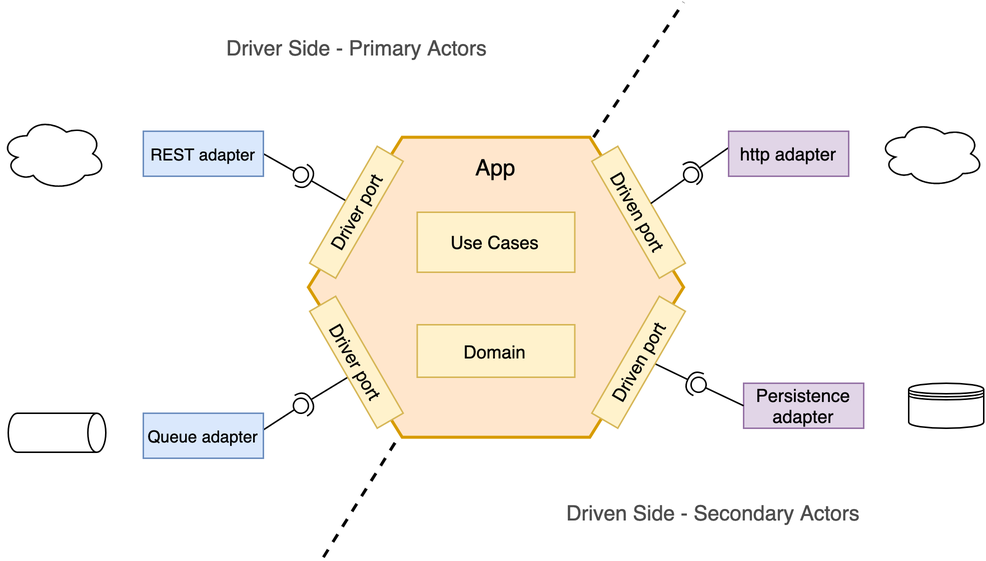
Earlier version of the draw.io export misc/hexagonal.png (albertllousas/implementing-hexagonal-architecture). Source tidied: cells renumbered, new cells last; positions are measured from the earlier drawing's top-left corner, leaving out a move shared by most shapes. The source it was exported from:
```xml
<mxGraphModel>
  <root>
    <mxCell id="0" />
    <mxCell id="1" parent="0" />
    <mxCell id="2" style="shape=hexagon;perimeter=hexagonPerimeter2;whiteSpace=wrap;html=1;strokeWidth=2;fillColor=#ffe6cc;strokeColor=#d79b00;" parent="1" vertex="1">
      <mxGeometry x="205" y="90" width="250" height="200" as="geometry" />
    </mxCell>
    <mxCell id="3" style="rounded=0;jettySize=auto;html=1;endArrow=none;endFill=0;exitX=1;exitY=0.5;exitDx=0;exitDy=0;" parent="1" edge="1" source="8" target="5">
      <mxGeometry relative="1" as="geometry" />
    </mxCell>
    <mxCell id="4" style="rounded=0;jettySize=auto;html=1;endArrow=halfCircle;endFill=0;entryX=0.5;entryY=0.5;entryDx=0;entryDy=0;endSize=6;strokeWidth=1;" parent="1" edge="1" source="2" target="5">
      <mxGeometry relative="1" as="geometry" />
    </mxCell>
    <mxCell id="5" style="ellipse;whiteSpace=wrap;html=1;fontFamily=Helvetica;fontSize=12;fontColor=#000000;align=center;strokeColor=#000000;fillColor=#ffffff;points=[];" parent="1" vertex="1">
      <mxGeometry x="195" y="110" width="10" height="10" as="geometry" />
    </mxCell>
    <mxCell id="6" style="endArrow=none;dashed=1;html=1;exitX=0.76;exitY=0;exitDx=0;exitDy=0;exitPerimeter=0;strokeWidth=2;" parent="1" edge="1" source="2">
      <mxGeometry relative="1" as="geometry">
        <mxPoint x="455" as="targetPoint" />
      </mxGeometry>
    </mxCell>
    <mxCell id="7" style="endArrow=none;dashed=1;html=1;strokeWidth=2;" parent="1" edge="1">
      <mxGeometry relative="1" as="geometry">
        <mxPoint x="215" y="370" as="sourcePoint" />
        <mxPoint x="265" y="290" as="targetPoint" />
      </mxGeometry>
    </mxCell>
    <mxCell id="8" value="&lt;font style=&quot;font-size: 11px&quot;&gt;REST adapter&lt;/font&gt;" style="rounded=0;whiteSpace=wrap;html=1;fillColor=#dae8fc;strokeColor=#6c8ebf;" parent="1" vertex="1">
      <mxGeometry x="95" y="86" width="80" height="30" as="geometry" />
    </mxCell>
    <mxCell id="9" value="Use Cases" style="rounded=0;whiteSpace=wrap;html=1;fillColor=#fff2cc;strokeColor=#d6b656;" parent="1" vertex="1">
      <mxGeometry x="277.5" y="140" width="105" height="40" as="geometry" />
    </mxCell>
    <mxCell id="10" value="Domain" style="rounded=0;whiteSpace=wrap;html=1;fillColor=#fff2cc;strokeColor=#d6b656;" parent="1" vertex="1">
      <mxGeometry x="277.5" y="215" width="105" height="35" as="geometry" />
    </mxCell>
    <mxCell id="11" value="Driver port" style="rounded=0;whiteSpace=wrap;html=1;rotation=-60;fillColor=#fff2cc;strokeColor=#d6b656;" parent="1" vertex="1">
      <mxGeometry x="192" y="130" width="90" height="20" as="geometry" />
    </mxCell>
    <mxCell id="12" value="Persistence adapter" style="rounded=0;whiteSpace=wrap;html=1;fillColor=#e1d5e7;strokeColor=#9673a6;" parent="1" vertex="1">
      <mxGeometry x="495" y="254" width="80" height="30" as="geometry" />
    </mxCell>
    <mxCell id="13" style="rounded=0;jettySize=auto;html=1;endArrow=none;endFill=0;exitX=0;exitY=0.5;exitDx=0;exitDy=0;" parent="1" edge="1" source="12" target="15">
      <mxGeometry relative="1" as="geometry" />
    </mxCell>
    <mxCell id="14" style="rounded=0;jettySize=auto;html=1;endArrow=halfCircle;endFill=0;entryX=0.5;entryY=0.5;entryDx=0;entryDy=0;endSize=6;strokeWidth=1;" parent="1" edge="1" source="2" target="15">
      <mxGeometry relative="1" as="geometry" />
    </mxCell>
    <mxCell id="15" style="ellipse;whiteSpace=wrap;html=1;fontFamily=Helvetica;fontSize=12;fontColor=#000000;align=center;strokeColor=#000000;fillColor=#ffffff;points=[];" parent="1" vertex="1">
      <mxGeometry x="460" y="250" width="10" height="10" as="geometry" />
    </mxCell>
    <mxCell id="16" value="Driven port" style="rounded=0;whiteSpace=wrap;html=1;rotation=-60;fillColor=#fff2cc;strokeColor=#d6b656;" parent="1" vertex="1">
      <mxGeometry x="380" y="230" width="90" height="20" as="geometry" />
    </mxCell>
    <mxCell id="17" value="&lt;font style=&quot;font-size: 15px&quot;&gt;App&lt;/font&gt;" style="text;html=1;strokeColor=none;fillColor=none;align=center;verticalAlign=middle;whiteSpace=wrap;rounded=0;" parent="1" vertex="1">
      <mxGeometry x="310" y="100" width="40" height="20" as="geometry" />
    </mxCell>
    <mxCell id="18" style="shape=datastore;whiteSpace=wrap;html=1;" parent="1" vertex="1">
      <mxGeometry x="605" y="254" width="50" height="30" as="geometry" />
    </mxCell>
    <mxCell id="19" style="ellipse;shape=cloud;whiteSpace=wrap;html=1;" parent="1" vertex="1">
      <mxGeometry x="585" y="79" width="70" height="44" as="geometry" />
    </mxCell>
    <mxCell id="20" style="ellipse;shape=cloud;whiteSpace=wrap;html=1;" parent="1" vertex="1">
      <mxGeometry y="77" width="70" height="48" as="geometry" />
    </mxCell>
    <mxCell id="21" value="&lt;font style=&quot;font-size: 14px&quot; color=&quot;#4d4d4d&quot;&gt;Driver Side - Primary Actors&lt;/font&gt;" style="text;html=1;strokeColor=none;fillColor=none;align=center;verticalAlign=middle;whiteSpace=wrap;rounded=0;" parent="1" vertex="1">
      <mxGeometry x="140" y="20" width="195" height="20" as="geometry" />
    </mxCell>
    <mxCell id="22" value="&lt;font style=&quot;font-size: 14px&quot; color=&quot;#4d4d4d&quot;&gt;Driven Side - Secondary Actors&lt;/font&gt;" style="text;html=1;strokeColor=none;fillColor=none;align=center;verticalAlign=middle;whiteSpace=wrap;rounded=0;" parent="1" vertex="1">
      <mxGeometry x="375" y="330" width="200" height="20" as="geometry" />
    </mxCell>
    <mxCell id="23" value="Driven port" style="rounded=0;whiteSpace=wrap;html=1;rotation=60;fillColor=#fff2cc;strokeColor=#d6b656;" parent="1" vertex="1">
      <mxGeometry x="380" y="130" width="90" height="20" as="geometry" />
    </mxCell>
    <mxCell id="24" style="rounded=0;jettySize=auto;html=1;endArrow=none;endFill=0;exitX=0.988;exitY=0.39;exitDx=0;exitDy=0;exitPerimeter=0;" parent="1" edge="1" source="27" target="26">
      <mxGeometry relative="1" as="geometry" />
    </mxCell>
    <mxCell id="25" style="rounded=0;jettySize=auto;html=1;endArrow=halfCircle;endFill=0;entryX=0.5;entryY=0.5;entryDx=0;entryDy=0;endSize=6;strokeWidth=1;" parent="1" edge="1" source="2" target="26">
      <mxGeometry relative="1" as="geometry" />
    </mxCell>
    <mxCell id="26" style="ellipse;whiteSpace=wrap;html=1;fontFamily=Helvetica;fontSize=12;fontColor=#000000;align=center;strokeColor=#000000;fillColor=#ffffff;points=[];" parent="1" vertex="1">
      <mxGeometry x="195" y="264" width="10" height="10" as="geometry" />
    </mxCell>
    <mxCell id="27" value="&lt;font style=&quot;font-size: 11px&quot;&gt;Queue adapter&lt;/font&gt;" style="rounded=0;whiteSpace=wrap;html=1;fillColor=#dae8fc;strokeColor=#6c8ebf;" parent="1" vertex="1">
      <mxGeometry x="95" y="274" width="80" height="30" as="geometry" />
    </mxCell>
    <mxCell id="28" style="strokeWidth=1;html=1;shape=mxgraph.flowchart.direct_data;whiteSpace=wrap;" parent="1" vertex="1">
      <mxGeometry x="5" y="274" width="65" height="26" as="geometry" />
    </mxCell>
    <mxCell id="29" value="Driver port" style="rounded=0;whiteSpace=wrap;html=1;rotation=60;fillColor=#fff2cc;strokeColor=#d6b656;" parent="1" vertex="1">
      <mxGeometry x="192" y="230" width="90" height="20" as="geometry" />
    </mxCell>
    <mxCell id="30" style="rounded=0;jettySize=auto;html=1;endArrow=none;endFill=0;strokeWidth=1;" parent="1" edge="1" source="23" target="32">
      <mxGeometry relative="1" as="geometry" />
    </mxCell>
    <mxCell id="31" style="rounded=0;orthogonalLoop=1;jettySize=auto;html=1;endArrow=halfCircle;endFill=0;entryX=0.5;entryY=0.5;entryDx=0;entryDy=0;endSize=6;strokeWidth=1;" parent="1" edge="1">
      <mxGeometry relative="1" as="geometry">
        <mxPoint x="495" y="90" as="sourcePoint" />
        <mxPoint x="459" y="115" as="targetPoint" />
      </mxGeometry>
    </mxCell>
    <mxCell id="32" style="ellipse;whiteSpace=wrap;html=1;fontFamily=Helvetica;fontSize=12;fontColor=#000000;align=center;strokeColor=#000000;fillColor=#ffffff;points=[];" parent="1" vertex="1">
      <mxGeometry x="455" y="110" width="10" height="10" as="geometry" />
    </mxCell>
    <mxCell id="33" value="http adapter" style="rounded=0;whiteSpace=wrap;html=1;fillColor=#e1d5e7;strokeColor=#9673a6;" parent="1" vertex="1">
      <mxGeometry x="485" y="86" width="80" height="30" as="geometry" />
    </mxCell>
  </root>
</mxGraphModel>
```
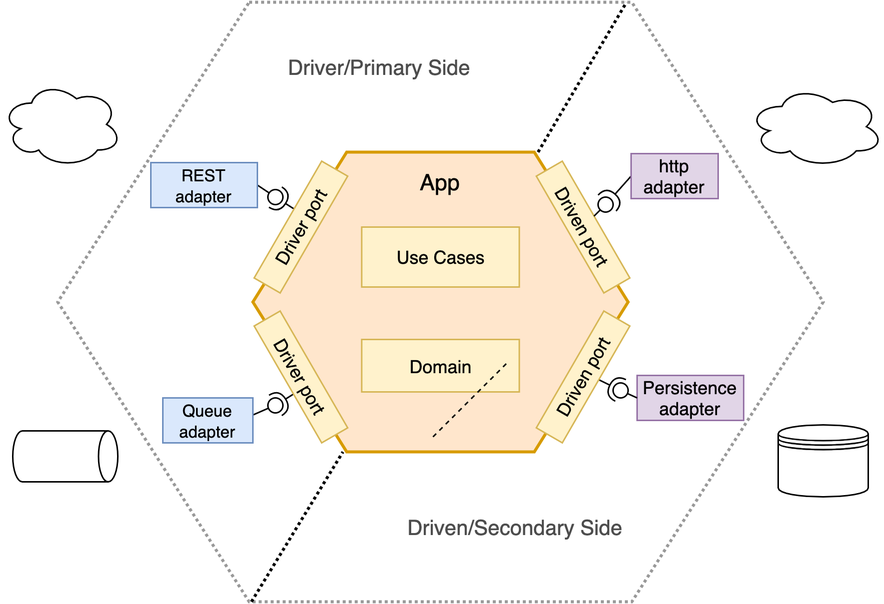
After the change.

Commit message:
Improve diagrams

Change to the diagram source:
```diff
@@ -2,6 +2,9 @@
   <root>
     <mxCell id="0" />
     <mxCell id="1" parent="0" />
+    <mxCell id="34" style="shape=hexagon;perimeter=hexagonPerimeter2;whiteSpace=wrap;html=1;strokeWidth=2;dashed=1;dashPattern=1 1;strokeColor=#999999;" parent="1" vertex="1">
+      <mxGeometry x="75" y="-10" width="510" height="400" as="geometry" />
+    </mxCell>
     <mxCell id="2" style="shape=hexagon;perimeter=hexagonPerimeter2;whiteSpace=wrap;html=1;strokeWidth=2;fillColor=#ffe6cc;strokeColor=#d79b00;" parent="1" vertex="1">
       <mxGeometry x="205" y="90" width="250" height="200" as="geometry" />
     </mxCell>
@@ -12,21 +15,18 @@
       <mxGeometry relative="1" as="geometry" />
     </mxCell>
     <mxCell id="5" style="ellipse;whiteSpace=wrap;html=1;fontFamily=Helvetica;fontSize=12;fontColor=#000000;align=center;strokeColor=#000000;fillColor=#ffffff;points=[];" parent="1" vertex="1">
-      <mxGeometry x="195" y="110" width="10" height="10" as="geometry" />
+      <mxGeometry x="215" y="115" width="10" height="10" as="geometry" />
     </mxCell>
-    <mxCell id="6" style="endArrow=none;dashed=1;html=1;exitX=0.76;exitY=0;exitDx=0;exitDy=0;exitPerimeter=0;strokeWidth=2;" parent="1" edge="1" source="2">
-      <mxGeometry relative="1" as="geometry">
-        <mxPoint x="455" as="targetPoint" />
-      </mxGeometry>
+    <mxCell id="6" style="endArrow=none;dashed=1;html=1;exitX=0.76;exitY=0;exitDx=0;exitDy=0;exitPerimeter=0;strokeWidth=2;dashPattern=1 1;entryX=0.743;entryY=0;entryDx=0;entryDy=0;entryPerimeter=0;" parent="1" edge="1" source="2" target="34">
+      <mxGeometry relative="1" as="geometry" />
     </mxCell>
-    <mxCell id="7" style="endArrow=none;dashed=1;html=1;strokeWidth=2;" parent="1" edge="1">
+    <mxCell id="7" style="endArrow=none;dashed=1;html=1;strokeWidth=2;exitX=0.253;exitY=1;exitDx=0;exitDy=0;exitPerimeter=0;dashPattern=1 1;" parent="1" edge="1" source="34">
       <mxGeometry relative="1" as="geometry">
-        <mxPoint x="215" y="370" as="sourcePoint" />
         <mxPoint x="265" y="290" as="targetPoint" />
       </mxGeometry>
     </mxCell>
     <mxCell id="8" value="&lt;font style=&quot;font-size: 11px&quot;&gt;REST adapter&lt;/font&gt;" style="rounded=0;whiteSpace=wrap;html=1;fillColor=#dae8fc;strokeColor=#6c8ebf;" parent="1" vertex="1">
-      <mxGeometry x="95" y="86" width="80" height="30" as="geometry" />
+      <mxGeometry x="137" y="97" width="71" height="30" as="geometry" />
     </mxCell>
     <mxCell id="9" value="Use Cases" style="rounded=0;whiteSpace=wrap;html=1;fillColor=#fff2cc;strokeColor=#d6b656;" parent="1" vertex="1">
       <mxGeometry x="277.5" y="140" width="105" height="40" as="geometry" />
@@ -38,7 +38,7 @@
       <mxGeometry x="192" y="130" width="90" height="20" as="geometry" />
     </mxCell>
     <mxCell id="12" value="Persistence adapter" style="rounded=0;whiteSpace=wrap;html=1;fillColor=#e1d5e7;strokeColor=#9673a6;" parent="1" vertex="1">
-      <mxGeometry x="495" y="254" width="80" height="30" as="geometry" />
+      <mxGeometry x="461" y="239" width="71" height="30" as="geometry" />
     </mxCell>
     <mxCell id="13" style="rounded=0;jettySize=auto;html=1;endArrow=none;endFill=0;exitX=0;exitY=0.5;exitDx=0;exitDy=0;" parent="1" edge="1" source="12" target="15">
       <mxGeometry relative="1" as="geometry" />
@@ -47,7 +47,7 @@
       <mxGeometry relative="1" as="geometry" />
     </mxCell>
     <mxCell id="15" style="ellipse;whiteSpace=wrap;html=1;fontFamily=Helvetica;fontSize=12;fontColor=#000000;align=center;strokeColor=#000000;fillColor=#ffffff;points=[];" parent="1" vertex="1">
-      <mxGeometry x="460" y="250" width="10" height="10" as="geometry" />
+      <mxGeometry x="445" y="244" width="10" height="10" as="geometry" />
     </mxCell>
     <mxCell id="16" value="Driven port" style="rounded=0;whiteSpace=wrap;html=1;rotation=-60;fillColor=#fff2cc;strokeColor=#d6b656;" parent="1" vertex="1">
       <mxGeometry x="380" y="230" width="90" height="20" as="geometry" />
@@ -56,19 +56,19 @@
       <mxGeometry x="310" y="100" width="40" height="20" as="geometry" />
     </mxCell>
     <mxCell id="18" style="shape=datastore;whiteSpace=wrap;html=1;" parent="1" vertex="1">
-      <mxGeometry x="605" y="254" width="50" height="30" as="geometry" />
+      <mxGeometry x="555" y="272" width="60" height="48" as="geometry" />
     </mxCell>
     <mxCell id="19" style="ellipse;shape=cloud;whiteSpace=wrap;html=1;" parent="1" vertex="1">
-      <mxGeometry x="585" y="79" width="70" height="44" as="geometry" />
+      <mxGeometry x="535" y="46" width="90" height="54" as="geometry" />
     </mxCell>
     <mxCell id="20" style="ellipse;shape=cloud;whiteSpace=wrap;html=1;" parent="1" vertex="1">
-      <mxGeometry y="77" width="70" height="48" as="geometry" />
+      <mxGeometry x="37.5" y="43" width="80" height="57" as="geometry" />
     </mxCell>
-    <mxCell id="21" value="&lt;font style=&quot;font-size: 14px&quot; color=&quot;#4d4d4d&quot;&gt;Driver Side - Primary Actors&lt;/font&gt;" style="text;html=1;strokeColor=none;fillColor=none;align=center;verticalAlign=middle;whiteSpace=wrap;rounded=0;" parent="1" vertex="1">
-      <mxGeometry x="140" y="20" width="195" height="20" as="geometry" />
+    <mxCell id="21" value="&lt;font style=&quot;font-size: 14px&quot; color=&quot;#4d4d4d&quot;&gt;Driver/Primary Side&lt;/font&gt;" style="text;html=1;strokeColor=none;fillColor=none;align=center;verticalAlign=middle;whiteSpace=wrap;rounded=0;" parent="1" vertex="1">
+      <mxGeometry x="192" y="23" width="195" height="20" as="geometry" />
     </mxCell>
-    <mxCell id="22" value="&lt;font style=&quot;font-size: 14px&quot; color=&quot;#4d4d4d&quot;&gt;Driven Side - Secondary Actors&lt;/font&gt;" style="text;html=1;strokeColor=none;fillColor=none;align=center;verticalAlign=middle;whiteSpace=wrap;rounded=0;" parent="1" vertex="1">
-      <mxGeometry x="375" y="330" width="200" height="20" as="geometry" />
+    <mxCell id="22" value="&lt;font style=&quot;font-size: 14px&quot; color=&quot;#4d4d4d&quot;&gt;Driven/Secondary Side&lt;/font&gt;" style="text;html=1;strokeColor=none;fillColor=none;align=center;verticalAlign=middle;whiteSpace=wrap;rounded=0;" parent="1" vertex="1">
+      <mxGeometry x="280" y="330" width="200" height="20" as="geometry" />
     </mxCell>
     <mxCell id="23" value="Driven port" style="rounded=0;whiteSpace=wrap;html=1;rotation=60;fillColor=#fff2cc;strokeColor=#d6b656;" parent="1" vertex="1">
       <mxGeometry x="380" y="130" width="90" height="20" as="geometry" />
@@ -80,13 +80,13 @@
       <mxGeometry relative="1" as="geometry" />
     </mxCell>
     <mxCell id="26" style="ellipse;whiteSpace=wrap;html=1;fontFamily=Helvetica;fontSize=12;fontColor=#000000;align=center;strokeColor=#000000;fillColor=#ffffff;points=[];" parent="1" vertex="1">
-      <mxGeometry x="195" y="264" width="10" height="10" as="geometry" />
+      <mxGeometry x="215" y="254" width="10" height="10" as="geometry" />
     </mxCell>
     <mxCell id="27" value="&lt;font style=&quot;font-size: 11px&quot;&gt;Queue adapter&lt;/font&gt;" style="rounded=0;whiteSpace=wrap;html=1;fillColor=#dae8fc;strokeColor=#6c8ebf;" parent="1" vertex="1">
-      <mxGeometry x="95" y="274" width="80" height="30" as="geometry" />
+      <mxGeometry x="145" y="254" width="60" height="30" as="geometry" />
     </mxCell>
     <mxCell id="28" style="strokeWidth=1;html=1;shape=mxgraph.flowchart.direct_data;whiteSpace=wrap;" parent="1" vertex="1">
-      <mxGeometry x="5" y="274" width="65" height="26" as="geometry" />
+      <mxGeometry x="45" y="276" width="70" height="34" as="geometry" />
     </mxCell>
     <mxCell id="29" value="Driver port" style="rounded=0;whiteSpace=wrap;html=1;rotation=60;fillColor=#fff2cc;strokeColor=#d6b656;" parent="1" vertex="1">
       <mxGeometry x="192" y="230" width="90" height="20" as="geometry" />
@@ -94,17 +94,22 @@
     <mxCell id="30" style="rounded=0;jettySize=auto;html=1;endArrow=none;endFill=0;strokeWidth=1;" parent="1" edge="1" source="23" target="32">
       <mxGeometry relative="1" as="geometry" />
     </mxCell>
-    <mxCell id="31" style="rounded=0;orthogonalLoop=1;jettySize=auto;html=1;endArrow=halfCircle;endFill=0;entryX=0.5;entryY=0.5;entryDx=0;entryDy=0;endSize=6;strokeWidth=1;" parent="1" edge="1">
+    <mxCell id="31" style="rounded=0;jettySize=auto;html=1;endArrow=halfCircle;endFill=0;entryX=0.5;entryY=0.5;entryDx=0;entryDy=0;endSize=6;strokeWidth=1;exitX=0;exitY=0.5;exitDx=0;exitDy=0;" parent="1" edge="1" source="33">
       <mxGeometry relative="1" as="geometry">
-        <mxPoint x="495" y="90" as="sourcePoint" />
-        <mxPoint x="459" y="115" as="targetPoint" />
+        <mxPoint x="441" y="124" as="targetPoint" />
       </mxGeometry>
     </mxCell>
     <mxCell id="32" style="ellipse;whiteSpace=wrap;html=1;fontFamily=Helvetica;fontSize=12;fontColor=#000000;align=center;strokeColor=#000000;fillColor=#ffffff;points=[];" parent="1" vertex="1">
-      <mxGeometry x="455" y="110" width="10" height="10" as="geometry" />
+      <mxGeometry x="435" y="120" width="10" height="10" as="geometry" />
     </mxCell>
     <mxCell id="33" value="http adapter" style="rounded=0;whiteSpace=wrap;html=1;fillColor=#e1d5e7;strokeColor=#9673a6;" parent="1" vertex="1">
-      <mxGeometry x="485" y="86" width="80" height="30" as="geometry" />
+      <mxGeometry x="457" y="91" width="58" height="30" as="geometry" />
     </mxCell>
+    <mxCell id="35" style="endArrow=none;dashed=1;html=1;" parent="1" edge="1">
+      <mxGeometry relative="1" as="geometry">
+        <mxPoint x="325" y="280" as="sourcePoint" />
+        <mxPoint x="375" y="230" as="targetPoint" />
+      </mxGeometry>
+    </mxCell>
   </root>
 </mxGraphModel>
```
